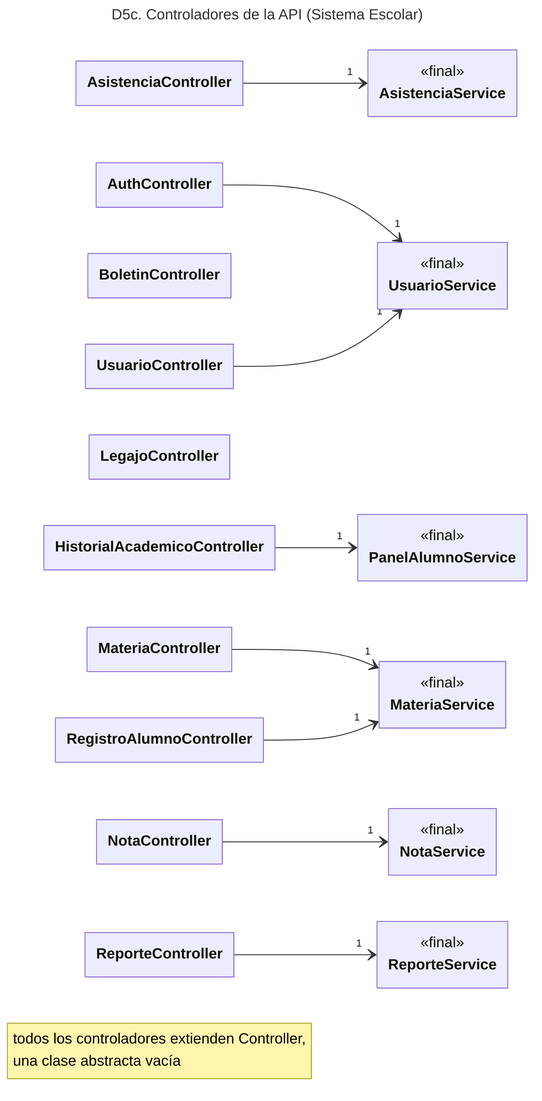
Earlier version of the Mermaid export docs/diagramas/D5c_controladores_api.png (gnvargas-dev/sistema-control-acceso). Its source is kept beside it as docs/diagramas/D5c_controladores_api.mmd. Its diagram source:
```mermaid
---
title: "D5c. Controladores de la API (Sistema Escolar)"
config:
  class:
    hideEmptyMembersBox: true
    nodeSpacing: 12
    rankSpacing: 120
---
classDiagram
direction LR

class AsistenciaController
class AuthController
class BoletinController
class HistorialAcademicoController
class LegajoController
class MateriaController
class NotaController
class RegistroAlumnoController
class ReporteController
class UsuarioController
class AsistenciaService {
  <<final>>
}
class UsuarioService {
  <<final>>
}
class PanelAlumnoService {
  <<final>>
}
class MateriaService {
  <<final>>
}
class NotaService {
  <<final>>
}
class ReporteService {
  <<final>>
}

AsistenciaController --> "1" AsistenciaService
AuthController --> "1" UsuarioService
HistorialAcademicoController --> "1" PanelAlumnoService
MateriaController --> "1" MateriaService
NotaController --> "1" NotaService
RegistroAlumnoController --> "1" MateriaService
ReporteController --> "1" ReporteService
UsuarioController --> "1" UsuarioService

note "todos los controladores extienden Controller,<br/>una clase abstracta vacía"
```
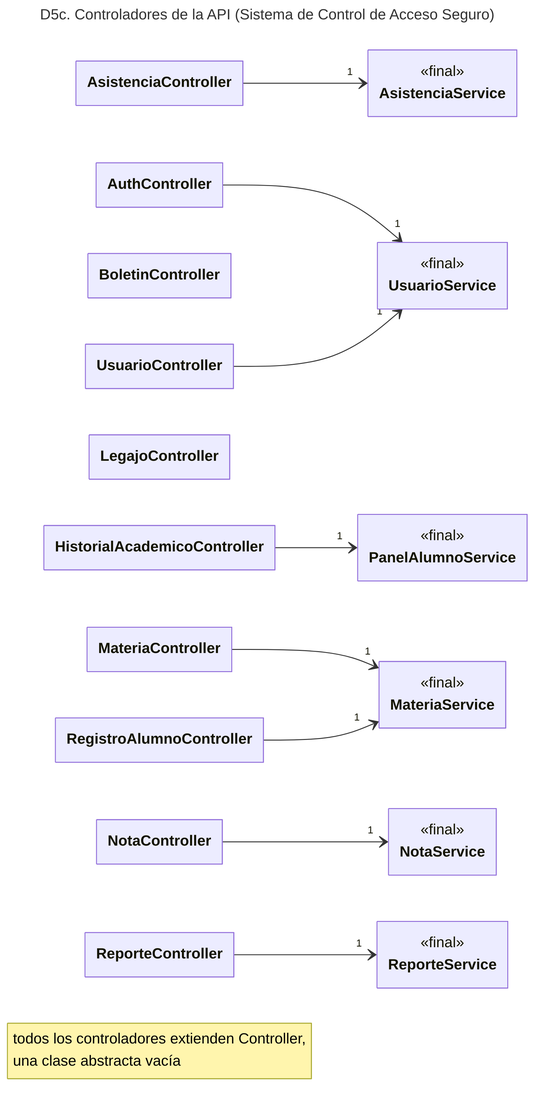
After the commit.

What changed in the source:
```diff
@@ -1,5 +1,5 @@
 ---
-title: "D5c. Controladores de la API (Sistema Escolar)"
+title: "D5c. Controladores de la API (Sistema de Control de Acceso Seguro)"
 config:
   class:
     hideEmptyMembersBox: true
```
